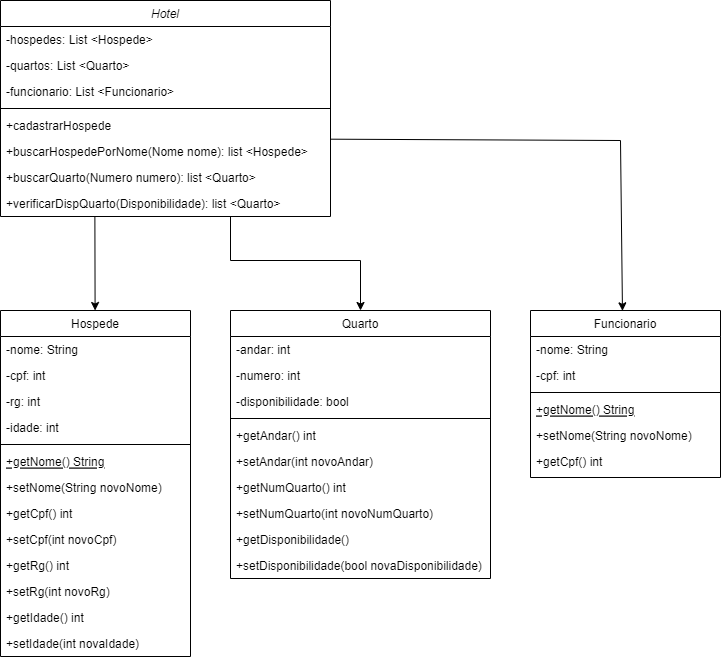
This is Engenharia de Software/Diagrama de Classes UML.drawio.png from MurilowJr/bertoti, a draw.io export, as it was before one commit. Source tidied: cells renumbered, new cells last; positions are measured from the earlier drawing's top-left corner, leaving out a move shared by most shapes.
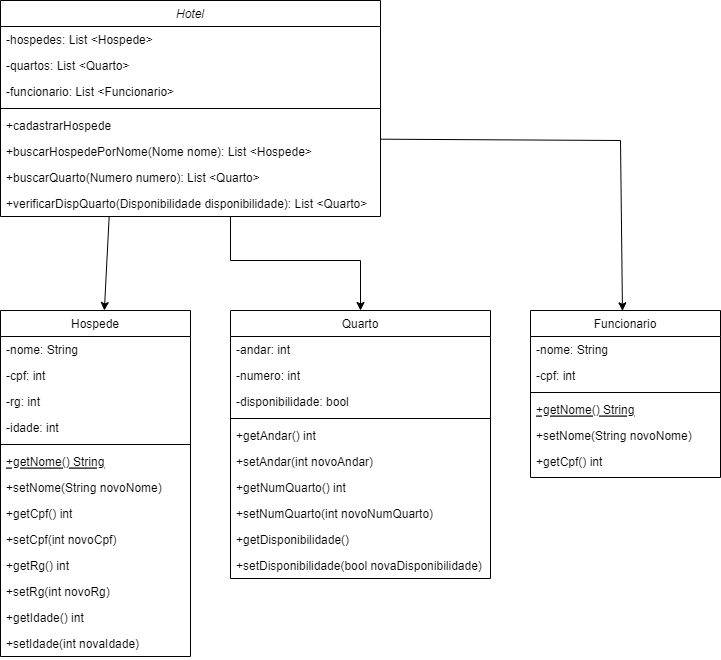
The same diagram one commit later.

Commit message:
Att diagrama de classes

Change to the diagram source:
```diff
@@ -3,31 +3,31 @@
     <mxCell id="0" />
     <mxCell id="1" parent="0" />
     <mxCell id="2" value="Hotel" style="swimlane;fontStyle=2;align=center;verticalAlign=top;horizontal=1;startSize=26;rounded=0;shadow=0;strokeWidth=1;" parent="1" vertex="1">
-      <mxGeometry width="330" height="216" as="geometry" />
+      <mxGeometry width="380" height="216" as="geometry" />
     </mxCell>
     <mxCell id="3" value="-hospedes: List &lt;Hospede&gt;" style="text;align=left;verticalAlign=top;spacingLeft=4;spacingRight=4;overflow=hidden;" parent="2" vertex="1">
-      <mxGeometry y="26" width="330" height="26" as="geometry" />
+      <mxGeometry y="26" width="380" height="26" as="geometry" />
     </mxCell>
     <mxCell id="4" value="-quartos: List &lt;Quarto&gt;" style="text;align=left;verticalAlign=top;spacingLeft=4;spacingRight=4;overflow=hidden;" parent="2" vertex="1">
-      <mxGeometry y="52" width="330" height="26" as="geometry" />
+      <mxGeometry y="52" width="380" height="26" as="geometry" />
     </mxCell>
     <mxCell id="5" value="-funcionario: List &lt;Funcionario&gt;" style="text;align=left;verticalAlign=top;spacingLeft=4;spacingRight=4;overflow=hidden;" parent="2" vertex="1">
-      <mxGeometry y="78" width="330" height="26" as="geometry" />
+      <mxGeometry y="78" width="380" height="26" as="geometry" />
     </mxCell>
     <mxCell id="6" style="line;html=1;strokeWidth=1;align=left;verticalAlign=middle;spacingTop=-1;spacingLeft=3;spacingRight=3;labelPosition=right;" parent="2" vertex="1">
-      <mxGeometry y="104" width="330" height="8" as="geometry" />
+      <mxGeometry y="104" width="380" height="8" as="geometry" />
     </mxCell>
     <mxCell id="7" value="+cadastrarHospede" style="text;align=left;verticalAlign=top;spacingLeft=4;spacingRight=4;overflow=hidden;points=[[0,0.5],[1,0.5]];portConstraint=eastwest;" parent="2" vertex="1">
-      <mxGeometry y="112" width="330" height="26" as="geometry" />
+      <mxGeometry y="112" width="380" height="26" as="geometry" />
     </mxCell>
-    <mxCell id="8" value="+buscarHospedePorNome(Nome nome): list &lt;Hospede&gt; " style="text;align=left;verticalAlign=top;spacingLeft=4;spacingRight=4;overflow=hidden;" parent="2" vertex="1">
-      <mxGeometry y="138" width="330" height="26" as="geometry" />
+    <mxCell id="8" value="+buscarHospedePorNome(Nome nome): List &lt;Hospede&gt; " style="text;align=left;verticalAlign=top;spacingLeft=4;spacingRight=4;overflow=hidden;" parent="2" vertex="1">
+      <mxGeometry y="138" width="380" height="26" as="geometry" />
     </mxCell>
-    <mxCell id="9" value="+buscarQuarto(Numero numero): list &lt;Quarto&gt; " style="text;align=left;verticalAlign=top;spacingLeft=4;spacingRight=4;overflow=hidden;" parent="2" vertex="1">
-      <mxGeometry y="164" width="330" height="26" as="geometry" />
+    <mxCell id="9" value="+buscarQuarto(Numero numero): List &lt;Quarto&gt; " style="text;align=left;verticalAlign=top;spacingLeft=4;spacingRight=4;overflow=hidden;" parent="2" vertex="1">
+      <mxGeometry y="164" width="380" height="26" as="geometry" />
     </mxCell>
-    <mxCell id="10" value="+verificarDispQuarto(Disponibilidade): list &lt;Quarto&gt; " style="text;align=left;verticalAlign=top;spacingLeft=4;spacingRight=4;overflow=hidden;points=[[0,0.5],[1,0.5]];portConstraint=eastwest;" parent="2" vertex="1">
-      <mxGeometry y="190" width="330" height="26" as="geometry" />
+    <mxCell id="10" value="+verificarDispQuarto(Disponibilidade disponibilidade): List &lt;Quarto&gt; " style="text;align=left;verticalAlign=top;spacingLeft=4;spacingRight=4;overflow=hidden;points=[[0,0.5],[1,0.5]];portConstraint=eastwest;" parent="2" vertex="1">
+      <mxGeometry y="190" width="380" height="26" as="geometry" />
     </mxCell>
     <mxCell id="11" style="endArrow=none;html=1;rounded=0;" parent="2" edge="1">
       <mxGeometry relative="1" as="geometry">
```
